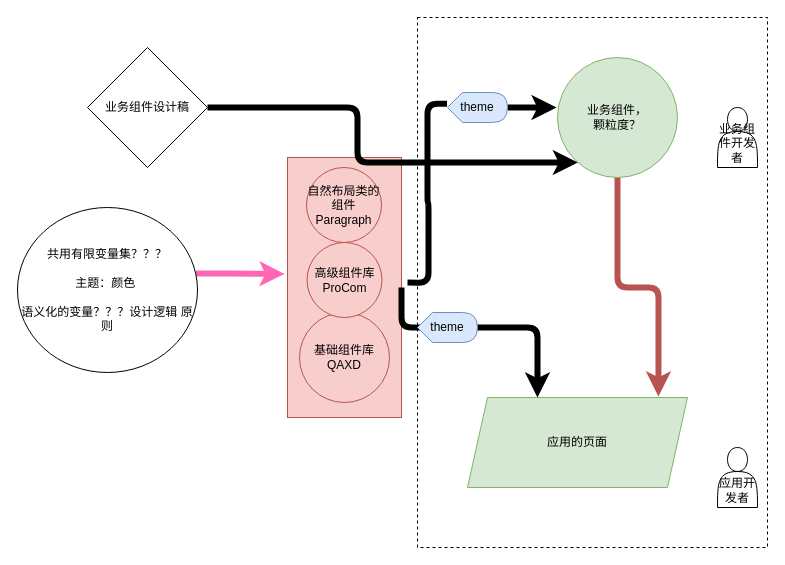
Above: Untitled Diagram.drawio in irideas/irideas.github.io (draw.io), before the change. Source tidied: cells renumbered, new cells numbered last; positions are measured from the earlier drawing's top-left corner, leaving out a move shared by most shapes. Both pictures are drawn from the tidied source at 100%, with x=0, y=0 at pixel (17, 17).
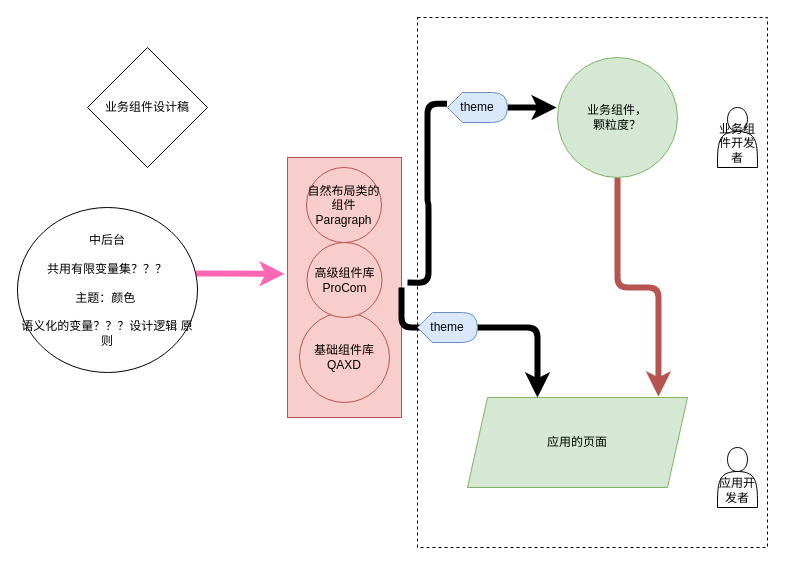
The same page after the edit.

Unchanged cells that the change refers to:
```xml
<mxCell id="7" value="业务组件，&lt;br&gt;颗粒度？" style="ellipse;whiteSpace=wrap;html=1;fillColor=#d5e8d4;strokeColor=#82b366;" parent="1" vertex="1">
  <mxGeometry x="540" y="40" width="120" height="120" as="geometry" />
</mxCell>
<mxCell id="10" value="业务组件设计稿" style="rhombus;whiteSpace=wrap;html=1;" parent="1" vertex="1">
  <mxGeometry x="70" y="30" width="120" height="120" as="geometry" />
</mxCell>
```

Change to the diagram source:
```diff
@@
-    <mxCell id="5" value="共用有限变量集？？？&lt;br&gt;&lt;br&gt;主题：颜色&amp;nbsp;&lt;br&gt;&lt;br&gt;语义化的变量？？？设计逻辑 原则" style="ellipse;whiteSpace=wrap;html=1;" parent="1" vertex="1">
+    <mxCell id="5" value="中后台&lt;br&gt;&lt;br&gt;共用有限变量集？？？&lt;br&gt;&lt;br&gt;主题：颜色&amp;nbsp;&lt;br&gt;&lt;br&gt;语义化的变量？？？设计逻辑 原则" style="ellipse;whiteSpace=wrap;html=1;" parent="1" vertex="1">
       <mxGeometry y="190" width="180" height="165" as="geometry" />
     </mxCell>
@@
-    <mxCell id="9" style="edgeStyle=orthogonalEdgeStyle;rounded=1;jettySize=auto;html=1;strokeWidth=6;" parent="1" edge="1" source="10" target="7">
-      <mxGeometry relative="1" as="geometry">
-        <Array as="points">
-          <mxPoint x="340" y="90" />
-          <mxPoint x="340" y="145" />
-        </Array>
-      </mxGeometry>
-    </mxCell>
```
